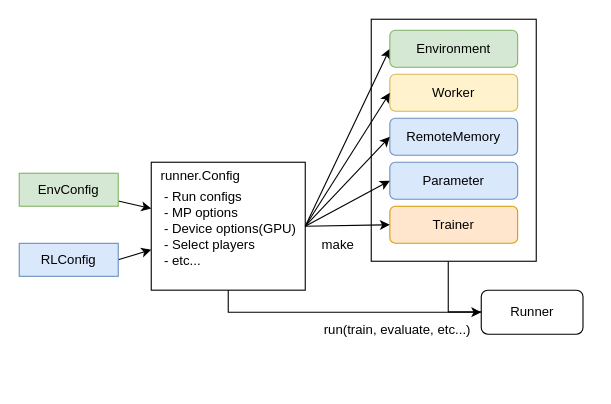
The draw.io diagram page "runner" (4 of 4) of diagrams/overview.drawio in pocokhc/simple_distributed_rl, before the edit. Source tidied: cells renumbered, new cells numbered last; positions are measured from the earlier drawing's top-left corner, leaving out a move shared by most shapes. Both pictures are drawn from the tidied source at 110%, with x=0, y=0 at pixel (19, 19).
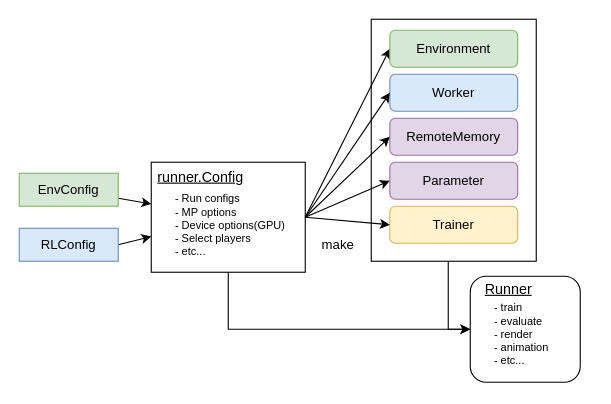
The same page after the edit.

Unchanged cells that the change refers to:
```xml
<mxCell id="3" style="rounded=0;whiteSpace=wrap;html=1;" parent="1" vertex="1">
  <mxGeometry x="320" width="150" height="220" as="geometry" />
</mxCell>
```

What changed in the source:
```diff
@@
     <mxCell id="2" style="edgeStyle=orthogonalEdgeStyle;rounded=0;jettySize=auto;html=1;entryX=0;entryY=0.5;entryDx=0;entryDy=0;" parent="1" edge="1" source="3" target="23">
       <mxGeometry relative="1" as="geometry">
         <Array as="points">
-          <mxPoint x="390" y="266" />
-          <mxPoint x="430" y="266" />
+          <mxPoint x="390" y="282" />
         </Array>
       </mxGeometry>
     </mxCell>
@@
     <mxCell id="5" style="rounded=0;whiteSpace=wrap;html=1;" parent="1" vertex="1">
-      <mxGeometry x="120" y="130" width="140" height="116.3" as="geometry" />
+      <mxGeometry x="120" y="130" width="140" height="100" as="geometry" />
     </mxCell>
@@
     <mxCell id="9" value="RLConfig" style="rounded=0;whiteSpace=wrap;html=1;fillColor=#dae8fc;strokeColor=#6c8ebf;" parent="1" vertex="1">
-      <mxGeometry y="203.7" width="90" height="30" as="geometry" />
+      <mxGeometry y="190" width="90" height="30" as="geometry" />
     </mxCell>
-    <mxCell id="10" value="Worker" style="rounded=1;whiteSpace=wrap;html=1;fillColor=#fff2cc;strokeColor=#d6b656;" parent="1" vertex="1">
+    <mxCell id="10" value="Worker" style="rounded=1;whiteSpace=wrap;html=1;fillColor=#dae8fc;strokeColor=#6c8ebf;" parent="1" vertex="1">
       <mxGeometry x="336.9" y="50" width="116.2" height="33.7" as="geometry" />
     </mxCell>
-    <mxCell id="11" value="RemoteMemory" style="rounded=1;whiteSpace=wrap;html=1;fillColor=#dae8fc;strokeColor=#6c8ebf;" parent="1" vertex="1">
+    <mxCell id="11" value="RemoteMemory" style="rounded=1;whiteSpace=wrap;html=1;fillColor=#e1d5e7;strokeColor=#9673a6;" parent="1" vertex="1">
       <mxGeometry x="336.9" y="90" width="116.2" height="33.7" as="geometry" />
     </mxCell>
-    <mxCell id="12" value="Parameter" style="rounded=1;whiteSpace=wrap;html=1;fillColor=#dae8fc;strokeColor=#6c8ebf;" parent="1" vertex="1">
+    <mxCell id="12" value="Parameter" style="rounded=1;whiteSpace=wrap;html=1;fillColor=#e1d5e7;strokeColor=#9673a6;" parent="1" vertex="1">
       <mxGeometry x="336.9" y="130" width="116.2" height="33.7" as="geometry" />
     </mxCell>
-    <mxCell id="13" value="Trainer" style="rounded=1;whiteSpace=wrap;html=1;fillColor=#ffe6cc;strokeColor=#d79b00;" parent="1" vertex="1">
+    <mxCell id="13" value="Trainer" style="rounded=1;whiteSpace=wrap;html=1;fillColor=#fff2cc;strokeColor=#d6b656;" parent="1" vertex="1">
       <mxGeometry x="336.9" y="170" width="116.2" height="33.7" as="geometry" />
     </mxCell>
@@
-    <mxCell id="20" value="runner.Config" style="text;html=1;strokeColor=none;fillColor=none;align=center;verticalAlign=middle;whiteSpace=wrap;rounded=0;" parent="1" vertex="1">
+    <mxCell id="20" value="runner.Config" style="text;html=1;strokeColor=none;fillColor=none;align=center;verticalAlign=middle;whiteSpace=wrap;rounded=0;fontSize=13;fontStyle=4;" parent="1" vertex="1">
       <mxGeometry x="120" y="127.5" width="90" height="30" as="geometry" />
     </mxCell>
     <mxCell id="21" style="edgeStyle=orthogonalEdgeStyle;rounded=0;jettySize=auto;html=1;exitX=0.5;exitY=1;exitDx=0;exitDy=0;entryX=0;entryY=0.5;entryDx=0;entryDy=0;" parent="1" edge="1" source="5" target="23">
       <mxGeometry relative="1" as="geometry">
         <Array as="points">
-          <mxPoint x="190" y="266" />
-          <mxPoint x="420" y="266" />
+          <mxPoint x="190" y="282" />
         </Array>
       </mxGeometry>
     </mxCell>
-    <mxCell id="22" value="- Run configs&lt;br&gt;- MP options&lt;br&gt;- Device options(GPU)&lt;br&gt;- Select players&lt;br&gt;- etc..." style="text;html=1;strokeColor=none;fillColor=none;align=left;verticalAlign=top;whiteSpace=wrap;rounded=0;" parent="1" vertex="1">
-      <mxGeometry x="130" y="147.5" width="130" height="82.5" as="geometry" />
+    <mxCell id="22" value="- Run configs&lt;br style=&quot;font-size: 10px;&quot;&gt;- MP options&lt;br style=&quot;font-size: 10px;&quot;&gt;- Device options(GPU)&lt;br style=&quot;font-size: 10px;&quot;&gt;- Select players&lt;br style=&quot;font-size: 10px;&quot;&gt;- etc..." style="text;html=1;strokeColor=none;fillColor=none;align=left;verticalAlign=top;whiteSpace=wrap;rounded=0;fontSize=10;" parent="1" vertex="1">
+      <mxGeometry x="140" y="151.2" width="130" height="82.5" as="geometry" />
     </mxCell>
-    <mxCell id="23" value="Runner" style="rounded=1;whiteSpace=wrap;html=1;" parent="1" vertex="1">
-      <mxGeometry x="420" y="246.3" width="92.5" height="40" as="geometry" />
+    <mxCell id="23" style="rounded=1;whiteSpace=wrap;html=1;" parent="1" vertex="1">
+      <mxGeometry x="410" y="233.7" width="100" height="96.3" as="geometry" />
     </mxCell>
-    <mxCell id="24" value="run(train,&amp;nbsp;evaluate, etc...)" style="text;html=1;strokeColor=none;fillColor=none;align=center;verticalAlign=middle;whiteSpace=wrap;rounded=0;" parent="1" vertex="1">
-      <mxGeometry x="274" y="260" width="140" height="46.3" as="geometry" />
-    </mxCell>
+    <mxCell id="25" value="Runner" style="text;html=1;strokeColor=none;fillColor=none;align=center;verticalAlign=middle;whiteSpace=wrap;rounded=0;fontSize=13;fontStyle=4;" parent="1" vertex="1">
+      <mxGeometry x="400" y="230" width="90" height="30" as="geometry" />
+    </mxCell>
+    <mxCell id="26" value="- train&lt;br&gt;- evaluate&lt;br style=&quot;font-size: 10px;&quot;&gt;- render&lt;br&gt;- animation&lt;br&gt;- etc..." style="text;html=1;strokeColor=none;fillColor=none;align=left;verticalAlign=top;whiteSpace=wrap;rounded=0;fontSize=10;" parent="1" vertex="1">
+      <mxGeometry x="430" y="250" width="90" height="82.5" as="geometry" />
+    </mxCell>
```
